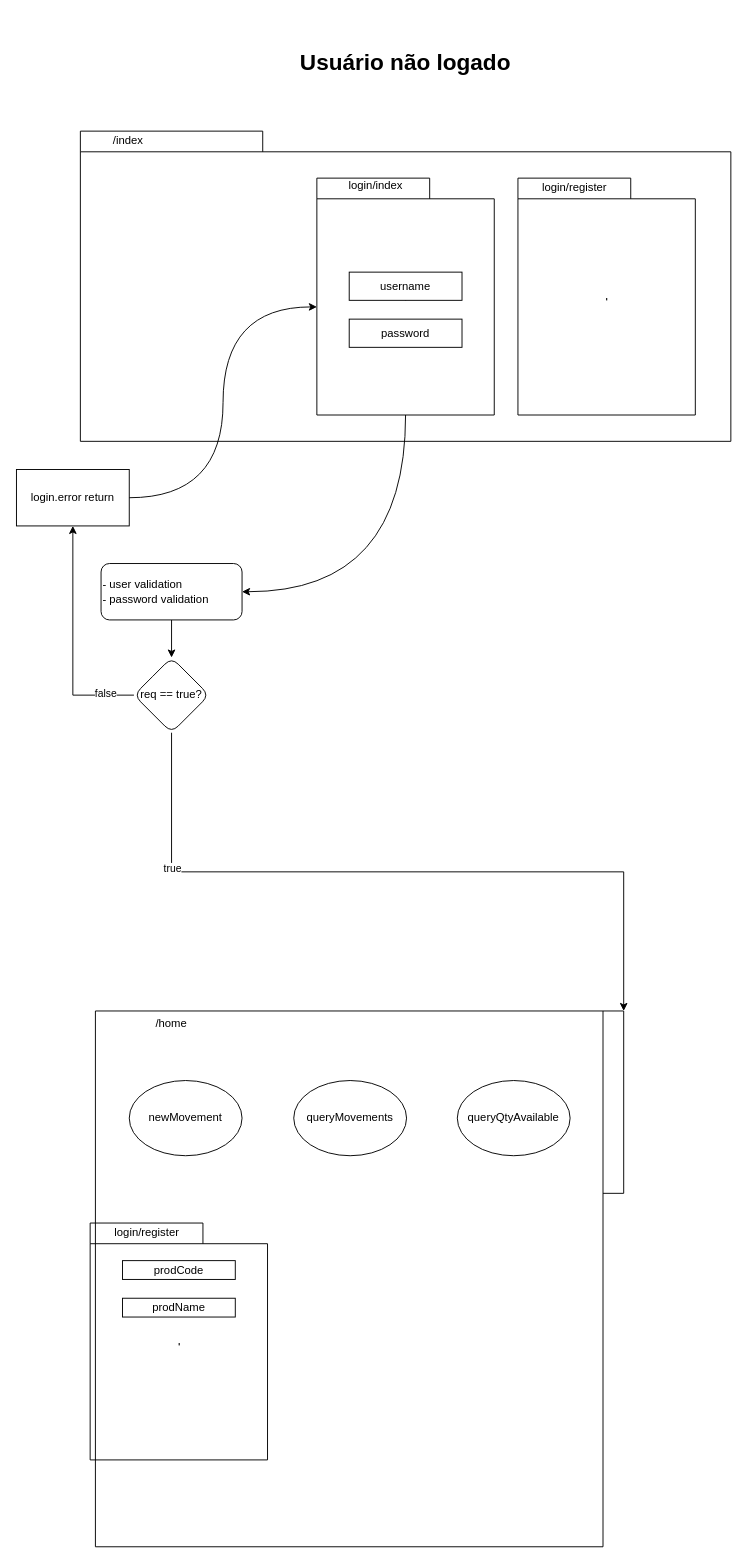
Above: Diagrama sem nome.drawio in caioreges/caioreges (draw.io), before the change. Source tidied: cells renumbered, new cells numbered last; positions are measured from the earlier drawing's top-left corner, leaving out a move shared by most shapes. Both pictures are drawn from the tidied source at 94%, with x=0, y=0 at pixel (16, 37).
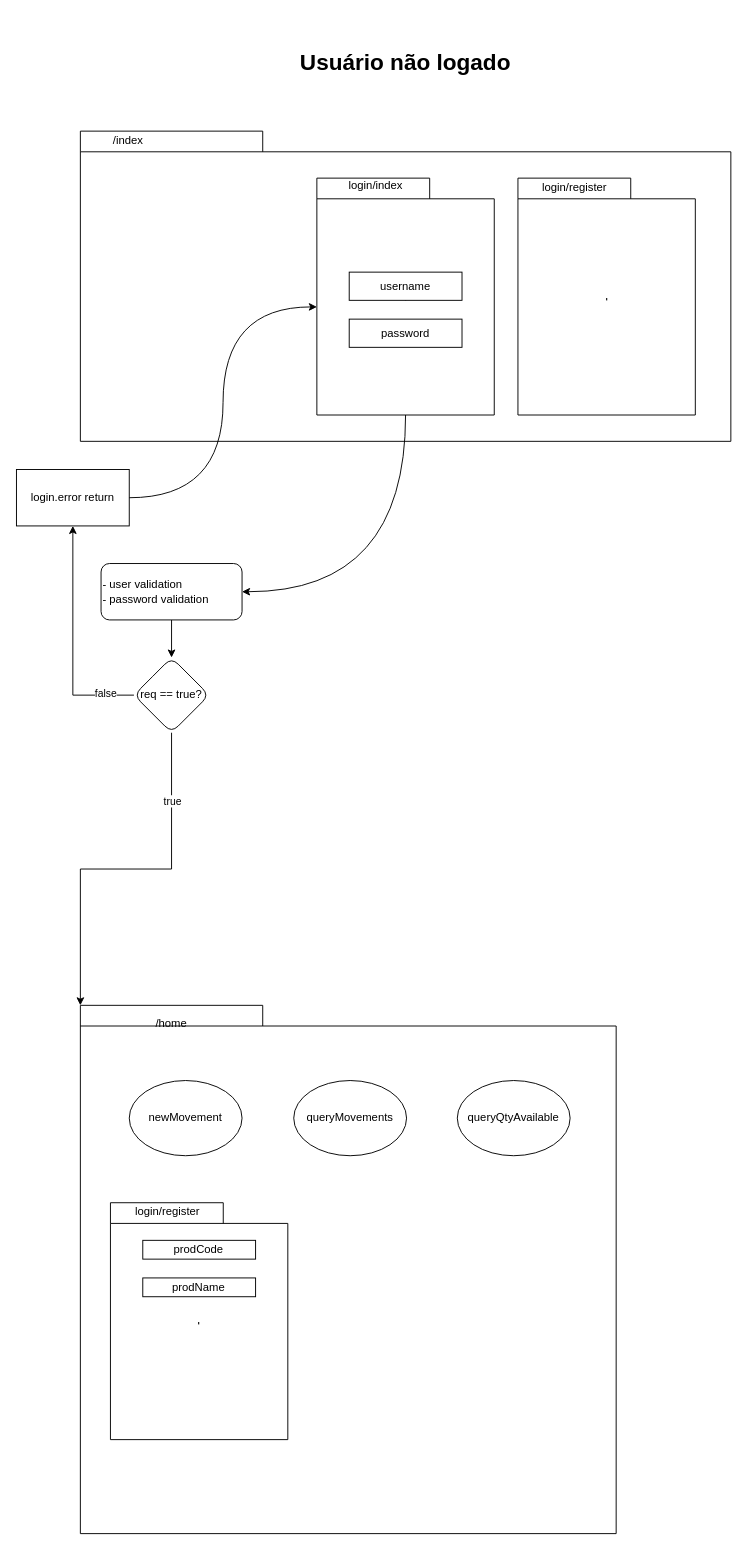
Above is the later version.

Diff of the diagram source:
```diff
@@
-    <mxCell id="3" style="shape=folder;fontStyle=1;spacingTop=10;tabWidth=194;tabHeight=22;tabPosition=left;html=1;rounded=0;shadow=0;comic=0;labelBackgroundColor=none;strokeWidth=1;fillColor=none;fontFamily=Verdana;fontSize=10;align=center;direction=south;" parent="1" vertex="1">
-      <mxGeometry x="84" y="1036" width="562" height="570" as="geometry" />
+    <mxCell id="3" style="shape=folder;fontStyle=1;spacingTop=10;tabWidth=194;tabHeight=22;tabPosition=left;html=1;rounded=0;shadow=0;comic=0;labelBackgroundColor=none;strokeWidth=1;fillColor=none;fontFamily=Verdana;fontSize=10;align=center;direction=east;" parent="1" vertex="1">
+      <mxGeometry x="68" y="1030" width="570" height="562" as="geometry" />
     </mxCell>
@@
-    <mxCell id="29" style="group;direction=south;" parent="1" vertex="1">
-      <mxGeometry x="78.4" y="1261.6" width="252" height="188.7" as="geometry" />
+    <mxCell id="29" style="group;direction=west;" parent="1" vertex="1">
+      <mxGeometry x="100" y="1240" width="188.7" height="252" as="geometry" />
     </mxCell>
```
